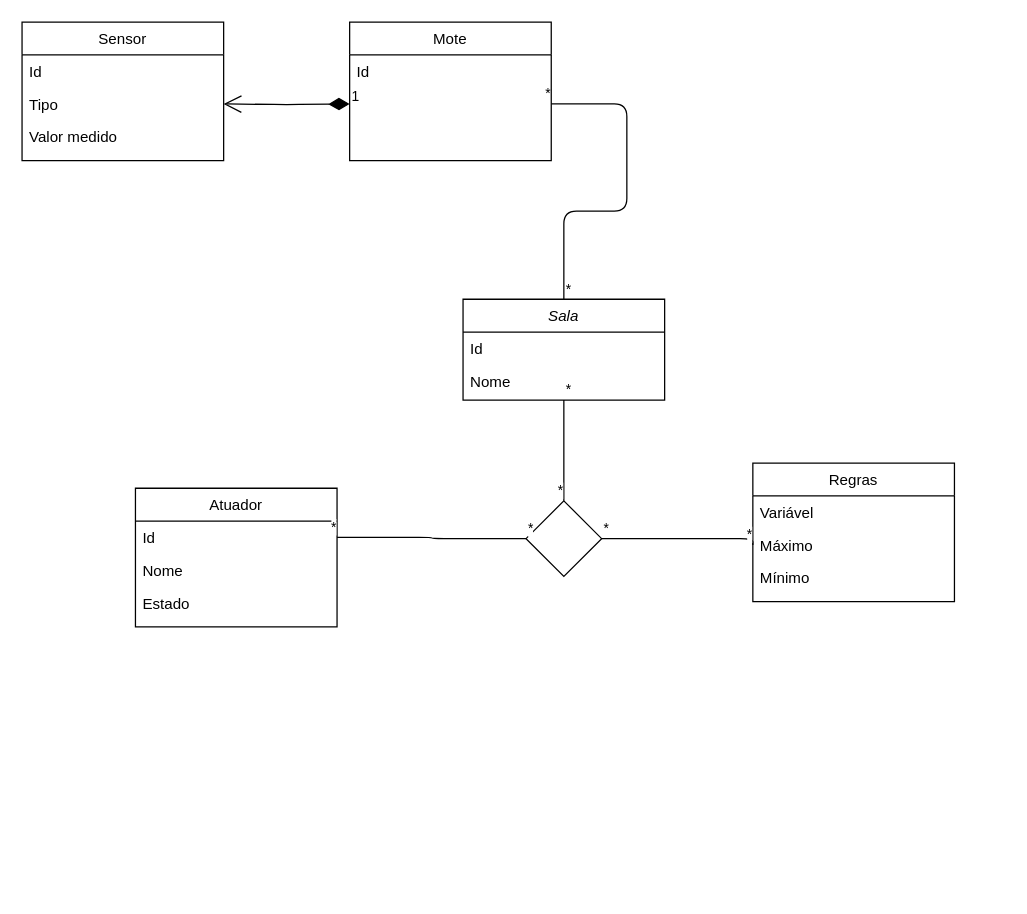
The draw.io diagram Documentation/UML_Class_Diagram.drawio in pedrosilva2703/SINF-FEUP, before the edit. Source tidied: cells renumbered, new cells numbered last; positions are measured from the earlier drawing's top-left corner, leaving out a move shared by most shapes. Both pictures are drawn from the tidied source at 126%, with x=0, y=0 at pixel (21, 21).
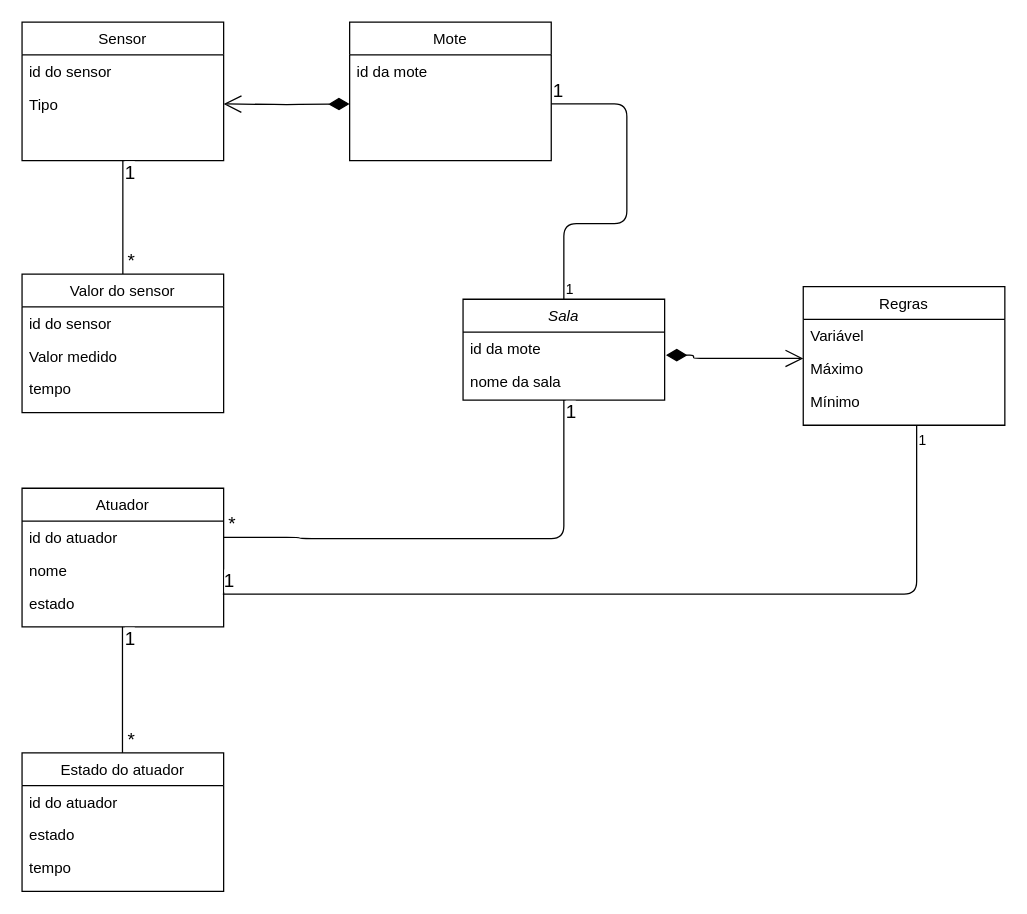
The same diagram, later.

The change refers to these unchanged cells:
```xml
<mxCell id="2" value="Sala" style="swimlane;fontStyle=2;align=center;verticalAlign=top;horizontal=1;startSize=26;rounded=0;shadow=0;strokeWidth=1;" parent="1" vertex="1">
  <mxGeometry x="350" y="220" width="160" height="80" as="geometry" />
</mxCell>
<mxCell id="7" value="Máximo" style="text;align=left;verticalAlign=top;spacingLeft=4;spacingRight=4;overflow=hidden;points=[[0,0.5],[1,0.5]];portConstraint=eastwest;rounded=0;shadow=0;html=0;" parent="5" vertex="1">
  <mxGeometry y="52" width="160" height="26" as="geometry" />
</mxCell>
<mxCell id="14" value="Sensor" style="swimlane;fontStyle=0;align=center;verticalAlign=top;horizontal=1;startSize=26;rounded=0;shadow=0;strokeWidth=1;" parent="1" vertex="1">
  <mxGeometry width="160" height="110" as="geometry" />
</mxCell>
<mxCell id="16" value="Tipo" style="text;align=left;verticalAlign=top;spacingLeft=4;spacingRight=4;overflow=hidden;points=[[0,0.5],[1,0.5]];portConstraint=eastwest;rounded=0;shadow=0;html=0;" parent="14" vertex="1">
  <mxGeometry y="52" width="160" height="26" as="geometry" />
</mxCell>
<mxCell id="30" value="Mote" style="swimlane;fontStyle=0;align=center;verticalAlign=top;horizontal=1;startSize=26;rounded=0;shadow=0;strokeWidth=1;" parent="1" vertex="1">
  <mxGeometry x="260" width="160" height="110" as="geometry" />
</mxCell>
```

What changed in the source:
```diff
@@
-    <mxCell id="3" value="Id" style="text;align=left;verticalAlign=top;spacingLeft=4;spacingRight=4;overflow=hidden;points=[[0,0.5],[1,0.5]];portConstraint=eastwest;" parent="2" vertex="1">
+    <mxCell id="3" value="id da mote" style="text;align=left;verticalAlign=top;spacingLeft=4;spacingRight=4;overflow=hidden;points=[[0,0.5],[1,0.5]];portConstraint=eastwest;" parent="2" vertex="1">
       <mxGeometry y="26" width="160" height="26" as="geometry" />
     </mxCell>
-    <mxCell id="4" value="Nome" style="text;align=left;verticalAlign=top;spacingLeft=4;spacingRight=4;overflow=hidden;rounded=0;shadow=0;html=0;" parent="2" vertex="1">
+    <mxCell id="4" value="nome da sala" style="text;align=left;verticalAlign=top;spacingLeft=4;spacingRight=4;overflow=hidden;rounded=0;shadow=0;html=0;" parent="2" vertex="1">
       <mxGeometry y="52" width="160" height="26" as="geometry" />
     </mxCell>
     <mxCell id="5" value="Regras" style="swimlane;fontStyle=0;align=center;verticalAlign=top;horizontal=1;startSize=26;rounded=0;shadow=0;strokeWidth=1;" parent="1" vertex="1">
-      <mxGeometry x="580" y="350" width="160" height="110" as="geometry" />
+      <mxGeometry x="620" y="210" width="160" height="110" as="geometry" />
     </mxCell>
@@
-    <mxCell id="9" style="rhombus;whiteSpace=wrap;html=1;" parent="1" vertex="1">
-      <mxGeometry x="400" y="380" width="60" height="60" as="geometry" />
-    </mxCell>
     <mxCell id="10" value="Atuador" style="swimlane;fontStyle=0;align=center;verticalAlign=top;horizontal=1;startSize=26;rounded=0;shadow=0;strokeWidth=1;" parent="1" vertex="1">
-      <mxGeometry x="90" y="370" width="160" height="110" as="geometry" />
+      <mxGeometry y="370" width="160" height="110" as="geometry" />
     </mxCell>
-    <mxCell id="11" value="Id" style="text;align=left;verticalAlign=top;spacingLeft=4;spacingRight=4;overflow=hidden;points=[[0,0.5],[1,0.5]];portConstraint=eastwest;" parent="10" vertex="1">
+    <mxCell id="11" value="id do atuador" style="text;align=left;verticalAlign=top;spacingLeft=4;spacingRight=4;overflow=hidden;points=[[0,0.5],[1,0.5]];portConstraint=eastwest;" parent="10" vertex="1">
       <mxGeometry y="26" width="160" height="26" as="geometry" />
     </mxCell>
-    <mxCell id="12" value="Nome" style="text;align=left;verticalAlign=top;spacingLeft=4;spacingRight=4;overflow=hidden;rounded=0;shadow=0;html=0;" parent="10" vertex="1">
+    <mxCell id="12" value="nome" style="text;align=left;verticalAlign=top;spacingLeft=4;spacingRight=4;overflow=hidden;rounded=0;shadow=0;html=0;" parent="10" vertex="1">
       <mxGeometry y="52" width="160" height="26" as="geometry" />
     </mxCell>
-    <mxCell id="13" value="Estado" style="text;align=left;verticalAlign=top;spacingLeft=4;spacingRight=4;overflow=hidden;points=[[0,0.5],[1,0.5]];portConstraint=eastwest;rounded=0;shadow=0;html=0;" parent="10" vertex="1">
+    <mxCell id="13" value="estado" style="text;align=left;verticalAlign=top;spacingLeft=4;spacingRight=4;overflow=hidden;points=[[0,0.5],[1,0.5]];portConstraint=eastwest;rounded=0;shadow=0;html=0;" parent="10" vertex="1">
       <mxGeometry y="78" width="160" height="26" as="geometry" />
     </mxCell>
@@
-    <mxCell id="15" value="Id" style="text;align=left;verticalAlign=top;spacingLeft=4;spacingRight=4;overflow=hidden;" parent="14" vertex="1">
+    <mxCell id="15" value="id do sensor" style="text;align=left;verticalAlign=top;spacingLeft=4;spacingRight=4;overflow=hidden;" parent="14" vertex="1">
       <mxGeometry y="26" width="160" height="26" as="geometry" />
     </mxCell>
@@
-    <mxCell id="17" value="Valor medido&#10;" style="text;align=left;verticalAlign=top;spacingLeft=4;spacingRight=4;overflow=hidden;rounded=0;shadow=0;html=0;" parent="14" vertex="1">
-      <mxGeometry y="78" width="160" height="26" as="geometry" />
-    </mxCell>
     <mxCell id="18" style="endArrow=none;html=1;edgeStyle=orthogonalEdgeStyle;exitX=0.5;exitY=0;exitDx=0;exitDy=0;entryX=1;entryY=0.5;entryDx=0;entryDy=0;" parent="1" edge="1" source="2">
       <mxGeometry relative="1" as="geometry">
         <mxPoint x="420" y="65" as="targetPoint" />
         <Array as="points">
-          <mxPoint x="430" y="150" />
-          <mxPoint x="480" y="150" />
+          <mxPoint x="430" y="160" />
+          <mxPoint x="480" y="160" />
           <mxPoint x="480" y="65" />
         </Array>
       </mxGeometry>
     </mxCell>
-    <mxCell id="19" value="*" style="edgeLabel;html=1;align=left;verticalAlign=bottom;" parent="18" vertex="1">
+    <mxCell id="19" value="1" style="edgeLabel;html=1;align=left;verticalAlign=bottom;" parent="18" vertex="1">
       <mxGeometry x="-1" relative="1" as="geometry" />
     </mxCell>
-    <mxCell id="20" value="*" style="edgeLabel;html=1;align=right;verticalAlign=bottom;" parent="18" vertex="1">
-      <mxGeometry x="1" relative="1" as="geometry" />
+    <mxCell id="20" value="1" style="edgeLabel;html=1;align=right;verticalAlign=bottom;fontSize=15;" parent="18" vertex="1">
+      <mxGeometry x="1" relative="1" as="geometry">
+        <mxPoint x="10" as="offset" />
+      </mxGeometry>
     </mxCell>
-    <mxCell id="21" style="endArrow=none;html=1;edgeStyle=orthogonalEdgeStyle;entryX=1;entryY=0.5;entryDx=0;entryDy=0;exitX=0;exitY=0.5;exitDx=0;exitDy=0;" parent="1" edge="1" source="9" target="11">
+    <mxCell id="21" style="endArrow=none;html=1;edgeStyle=orthogonalEdgeStyle;entryX=0.996;entryY=0.231;entryDx=0;entryDy=0;entryPerimeter=0;" parent="1" edge="1" target="13">
       <mxGeometry relative="1" as="geometry">
+        <mxPoint x="710" y="320" as="sourcePoint" />
         <Array as="points">
-          <mxPoint x="325" y="410" />
-          <mxPoint x="325" y="409" />
+          <mxPoint x="710" y="454" />
         </Array>
       </mxGeometry>
     </mxCell>
-    <mxCell id="22" value="*" style="edgeLabel;html=1;align=left;verticalAlign=bottom;" parent="21" vertex="1">
-      <mxGeometry x="-1" relative="1" as="geometry" />
+    <mxCell id="22" value="1" style="edgeLabel;html=1;align=left;verticalAlign=bottom;" parent="21" vertex="1">
+      <mxGeometry x="-1" relative="1" as="geometry">
+        <mxPoint y="20" as="offset" />
+      </mxGeometry>
     </mxCell>
-    <mxCell id="23" value="*" style="edgeLabel;html=1;align=right;verticalAlign=bottom;" parent="21" vertex="1">
-      <mxGeometry x="1" relative="1" as="geometry" />
+    <mxCell id="23" value="1" style="edgeLabel;html=1;align=right;verticalAlign=bottom;fontSize=15;" parent="21" vertex="1">
+      <mxGeometry x="1" relative="1" as="geometry">
+        <mxPoint x="10" as="offset" />
+      </mxGeometry>
     </mxCell>
-    <mxCell id="24" style="endArrow=none;html=1;edgeStyle=orthogonalEdgeStyle;entryX=0;entryY=0.5;entryDx=0;entryDy=0;exitX=1;exitY=0.5;exitDx=0;exitDy=0;" parent="1" edge="1" source="9" target="7">
-      <mxGeometry relative="1" as="geometry">
-        <Array as="points">
-          <mxPoint x="580" y="410" />
-        </Array>
-      </mxGeometry>
-    </mxCell>
-    <mxCell id="25" value="*" style="edgeLabel;html=1;align=left;verticalAlign=bottom;" parent="24" vertex="1">
-      <mxGeometry x="-1" relative="1" as="geometry" />
-    </mxCell>
-    <mxCell id="26" value="*" style="edgeLabel;html=1;align=right;verticalAlign=bottom;" parent="24" vertex="1">
-      <mxGeometry x="1" relative="1" as="geometry" />
-    </mxCell>
-    <mxCell id="27" style="endArrow=none;html=1;edgeStyle=orthogonalEdgeStyle;entryX=0.5;entryY=0;entryDx=0;entryDy=0;exitX=0.5;exitY=1;exitDx=0;exitDy=0;" parent="1" edge="1" source="2" target="9">
-      <mxGeometry relative="1" as="geometry" />
+    <mxCell id="27" style="endArrow=none;html=1;edgeStyle=orthogonalEdgeStyle;exitX=0.5;exitY=1;exitDx=0;exitDy=0;entryX=1;entryY=0.5;entryDx=0;entryDy=0;" parent="1" edge="1" source="2" target="11">
+      <mxGeometry relative="1" as="geometry">
+        <Array as="points">
+          <mxPoint x="430" y="410" />
+          <mxPoint x="220" y="410" />
+        </Array>
+      </mxGeometry>
     </mxCell>
-    <mxCell id="28" value="*" style="edgeLabel;html=1;align=left;verticalAlign=bottom;" parent="27" vertex="1">
-      <mxGeometry x="-1" relative="1" as="geometry" />
+    <mxCell id="28" value="&lt;font style=&quot;font-size: 15px&quot;&gt;1&lt;/font&gt;" style="edgeLabel;html=1;align=left;verticalAlign=bottom;" parent="27" vertex="1">
+      <mxGeometry x="-1" relative="1" as="geometry">
+        <mxPoint y="20" as="offset" />
+      </mxGeometry>
     </mxCell>
-    <mxCell id="29" value="*" style="edgeLabel;html=1;align=right;verticalAlign=bottom;" parent="27" vertex="1">
-      <mxGeometry x="1" relative="1" as="geometry" />
+    <mxCell id="29" value="&lt;font style=&quot;font-size: 15px&quot;&gt;*&lt;/font&gt;" style="edgeLabel;html=1;align=right;verticalAlign=bottom;" parent="27" vertex="1">
+      <mxGeometry x="1" relative="1" as="geometry">
+        <mxPoint x="10" as="offset" />
+      </mxGeometry>
     </mxCell>
@@
-    <mxCell id="31" value="Id" style="text;align=left;verticalAlign=top;spacingLeft=4;spacingRight=4;overflow=hidden;" parent="30" vertex="1">
+    <mxCell id="31" value="id da mote" style="text;align=left;verticalAlign=top;spacingLeft=4;spacingRight=4;overflow=hidden;" parent="30" vertex="1">
       <mxGeometry y="26" width="160" height="26" as="geometry" />
     </mxCell>
-    <mxCell id="32" value="1" style="endArrow=open;html=1;endSize=12;startArrow=diamondThin;startSize=14;startFill=1;edgeStyle=orthogonalEdgeStyle;align=left;verticalAlign=bottom;exitX=0;exitY=0.5;exitDx=0;exitDy=0;entryX=1;entryY=0.5;entryDx=0;entryDy=0;" parent="1" edge="1" target="16">
+    <mxCell id="32" style="endArrow=open;html=1;endSize=12;startArrow=diamondThin;startSize=14;startFill=1;edgeStyle=orthogonalEdgeStyle;align=left;verticalAlign=bottom;exitX=0;exitY=0.5;exitDx=0;exitDy=0;entryX=1;entryY=0.5;entryDx=0;entryDy=0;" parent="1" edge="1" target="16">
       <mxGeometry x="-1" y="3" relative="1" as="geometry">
         <mxPoint x="260" y="65" as="sourcePoint" />
       </mxGeometry>
     </mxCell>
+    <mxCell id="33" value="Valor do sensor" style="swimlane;fontStyle=0;align=center;verticalAlign=top;horizontal=1;startSize=26;rounded=0;shadow=0;strokeWidth=1;" parent="1" vertex="1">
+      <mxGeometry y="200" width="160" height="110" as="geometry" />
+    </mxCell>
+    <mxCell id="34" value="id do sensor" style="text;align=left;verticalAlign=top;spacingLeft=4;spacingRight=4;overflow=hidden;" parent="33" vertex="1">
+      <mxGeometry y="26" width="160" height="26" as="geometry" />
+    </mxCell>
+    <mxCell id="17" value="Valor medido&#10;" style="text;align=left;verticalAlign=top;spacingLeft=4;spacingRight=4;overflow=hidden;rounded=0;shadow=0;html=0;" parent="33" vertex="1">
+      <mxGeometry y="52" width="160" height="26" as="geometry" />
+    </mxCell>
+    <mxCell id="35" value="tempo" style="text;align=left;verticalAlign=top;spacingLeft=4;spacingRight=4;overflow=hidden;rounded=0;shadow=0;html=0;" parent="33" vertex="1">
+      <mxGeometry y="78" width="160" height="26" as="geometry" />
+    </mxCell>
+    <mxCell id="36" style="endArrow=none;html=1;edgeStyle=orthogonalEdgeStyle;exitX=0.5;exitY=1;exitDx=0;exitDy=0;entryX=0.5;entryY=0;entryDx=0;entryDy=0;" parent="1" edge="1" source="14" target="33">
+      <mxGeometry relative="1" as="geometry" />
+    </mxCell>
+    <mxCell id="37" value="1" style="edgeLabel;html=1;align=left;verticalAlign=bottom;fontSize=15;" parent="36" vertex="1">
+      <mxGeometry x="-1" relative="1" as="geometry">
+        <mxPoint y="20" as="offset" />
+      </mxGeometry>
+    </mxCell>
+    <mxCell id="38" value="*" style="edgeLabel;html=1;align=right;verticalAlign=bottom;fontSize=15;" parent="36" vertex="1">
+      <mxGeometry x="1" relative="1" as="geometry">
+        <mxPoint x="10" as="offset" />
+      </mxGeometry>
+    </mxCell>
+    <mxCell id="39" value="Estado do atuador" style="swimlane;fontStyle=0;align=center;verticalAlign=top;horizontal=1;startSize=26;rounded=0;shadow=0;strokeWidth=1;" parent="1" vertex="1">
+      <mxGeometry y="580" width="160" height="110" as="geometry" />
+    </mxCell>
+    <mxCell id="40" value="id do atuador" style="text;align=left;verticalAlign=top;spacingLeft=4;spacingRight=4;overflow=hidden;" parent="39" vertex="1">
+      <mxGeometry y="26" width="160" height="26" as="geometry" />
+    </mxCell>
+    <mxCell id="41" value="estado" style="text;align=left;verticalAlign=top;spacingLeft=4;spacingRight=4;overflow=hidden;rounded=0;shadow=0;html=0;" parent="39" vertex="1">
+      <mxGeometry y="52" width="160" height="26" as="geometry" />
+    </mxCell>
+    <mxCell id="42" value="tempo" style="text;align=left;verticalAlign=top;spacingLeft=4;spacingRight=4;overflow=hidden;rounded=0;shadow=0;html=0;" parent="39" vertex="1">
+      <mxGeometry y="78" width="160" height="26" as="geometry" />
+    </mxCell>
+    <mxCell id="43" style="endArrow=none;html=1;edgeStyle=orthogonalEdgeStyle;" parent="1" edge="1">
+      <mxGeometry relative="1" as="geometry">
+        <mxPoint x="79.7" y="480" as="sourcePoint" />
+        <mxPoint x="79.7" y="580" as="targetPoint" />
+        <Array as="points">
+          <mxPoint x="79.7" y="480" />
+        </Array>
+      </mxGeometry>
+    </mxCell>
+    <mxCell id="44" value="1" style="edgeLabel;html=1;align=left;verticalAlign=bottom;fontSize=15;" parent="43" vertex="1">
+      <mxGeometry x="-1" relative="1" as="geometry">
+        <mxPoint y="20" as="offset" />
+      </mxGeometry>
+    </mxCell>
+    <mxCell id="45" value="*" style="edgeLabel;html=1;align=right;verticalAlign=bottom;fontSize=15;" parent="43" vertex="1">
+      <mxGeometry x="1" relative="1" as="geometry">
+        <mxPoint x="10" as="offset" />
+      </mxGeometry>
+    </mxCell>
+    <mxCell id="46" style="endArrow=open;html=1;endSize=12;startArrow=diamondThin;startSize=14;startFill=1;edgeStyle=orthogonalEdgeStyle;align=left;verticalAlign=bottom;exitX=1.007;exitY=0.706;exitDx=0;exitDy=0;exitPerimeter=0;" parent="1" edge="1" source="3">
+      <mxGeometry x="-1" y="3" relative="1" as="geometry">
+        <mxPoint x="620" y="267" as="targetPoint" />
+        <Array as="points">
+          <mxPoint x="533" y="264" />
+          <mxPoint x="533" y="267" />
+        </Array>
+      </mxGeometry>
+    </mxCell>
```
